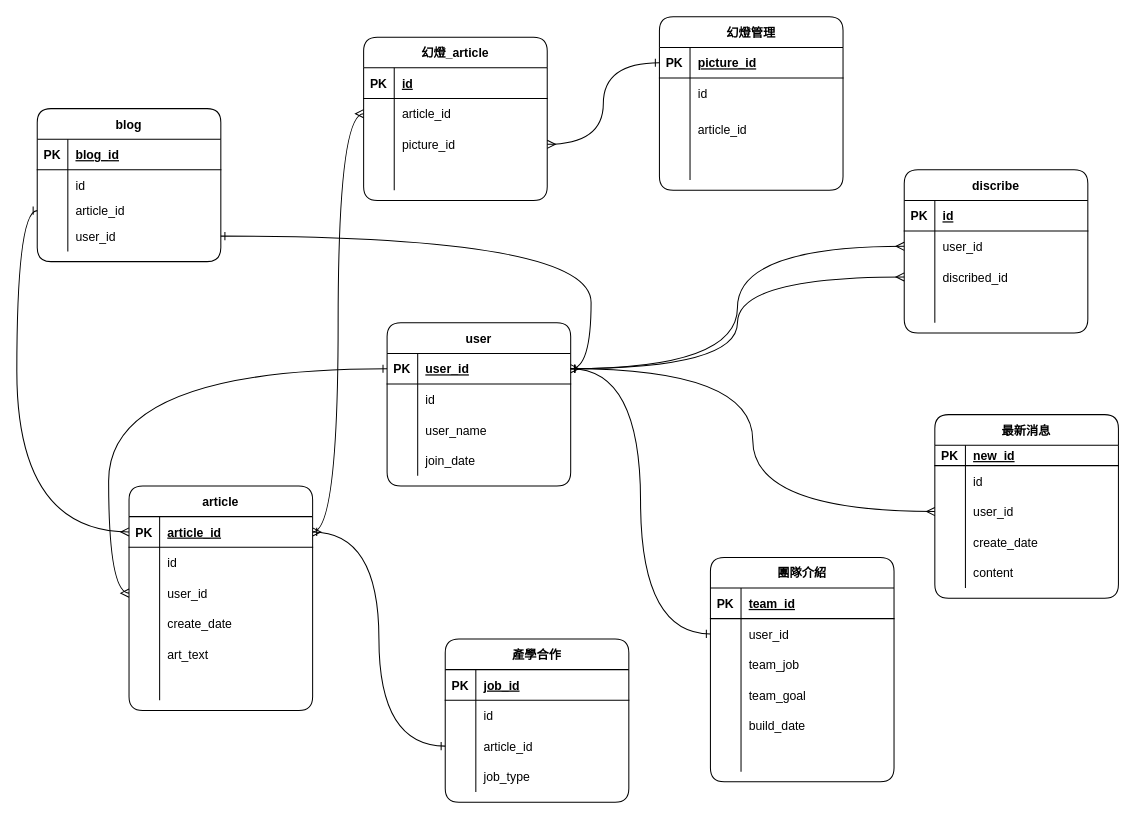
Before: Untitled Diagram.drawio in MichaelChen0429/ERDpractice, a draw.io diagram. Source tidied: cells renumbered, new cells numbered last; positions are measured from the earlier drawing's top-left corner, leaving out a move shared by most shapes. Both pictures are drawn from the tidied source at 102%, with x=0, y=0 at pixel (37, 16).
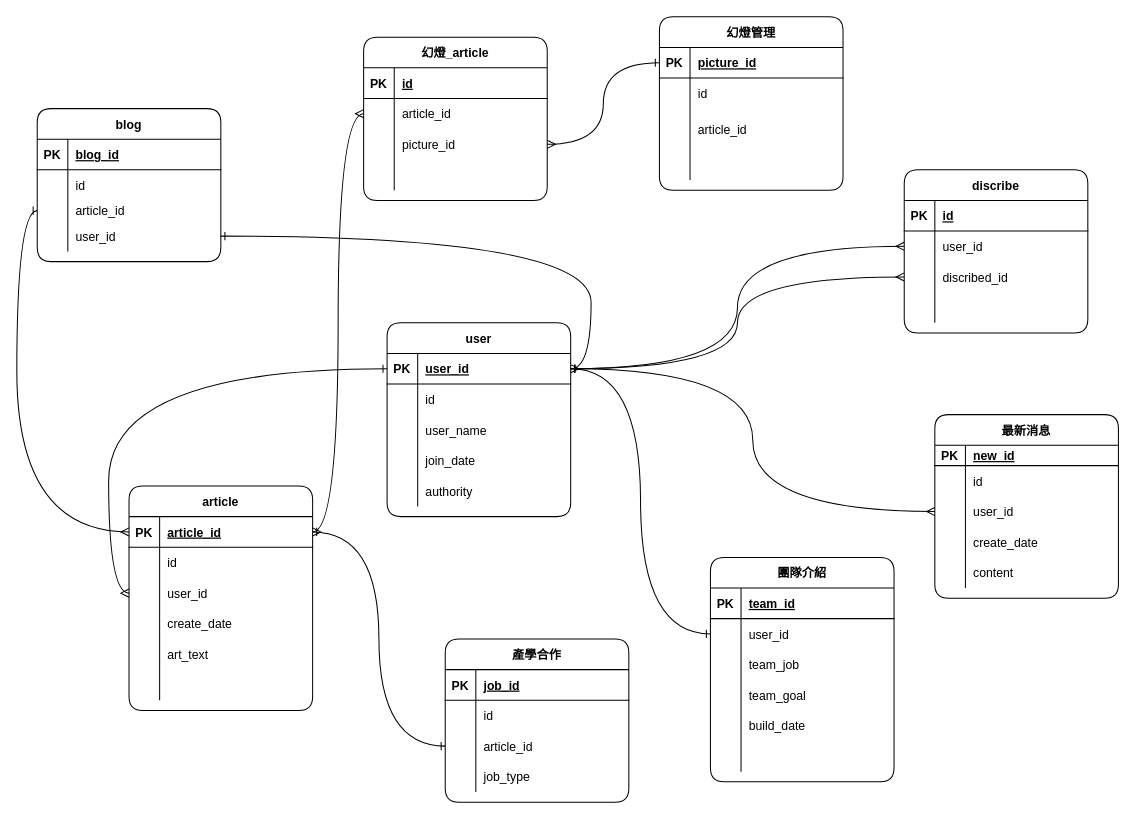
The same diagram, later.

Diff of the diagram source:
```diff
@@
     <mxCell id="18" value="user" style="shape=table;startSize=30;childLayout=tableLayout;rowLines=0;fontStyle=1;align=center;rounded=1;" parent="1" vertex="1">
-      <mxGeometry x="343" y="300" width="180" height="160" as="geometry" />
+      <mxGeometry x="343" y="300" width="180" height="190" as="geometry" />
     </mxCell>
@@
+    <mxCell id="144" style="shape=partialRectangle;fillColor=none;top=0;left=0;bottom=0;right=0;rounded=1;" parent="18" vertex="1">
+      <mxGeometry y="150" width="180" height="30" as="geometry" />
+    </mxCell>
+    <mxCell id="145" style="shape=partialRectangle;fillColor=none;top=0;left=0;bottom=0;right=0;overflow=hidden;rounded=1;" parent="144" vertex="1">
+      <mxGeometry width="30" height="30" as="geometry" />
+    </mxCell>
+    <mxCell id="146" value="authority" style="shape=partialRectangle;fillColor=none;top=0;left=0;bottom=0;right=0;align=left;spacingLeft=6;overflow=hidden;rounded=1;" parent="144" vertex="1">
+      <mxGeometry x="30" width="150" height="30" as="geometry" />
+    </mxCell>
```
